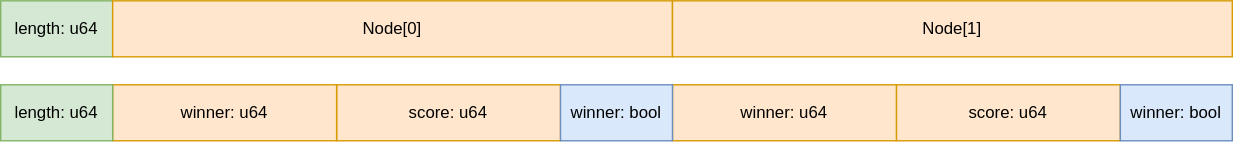
Above: docs/v3/tournaments/brackets/struct-match.svg in MrGunflame/DynamicTournament (draw.io), before the change. Source tidied: cells renumbered, new cells last; positions are measured from the earlier drawing's top-left corner, leaving out a move shared by most shapes.
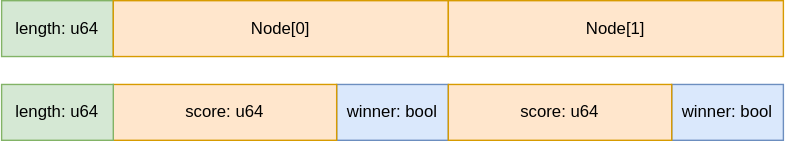
After the change.

The edit, as a diff of the source:
```diff
@@ -2,35 +2,29 @@
   <root>
     <mxCell id="0" />
     <mxCell id="1" parent="0" />
-    <mxCell id="2" value="length: u64" style="rounded=0;whiteSpace=wrap;html=1;fillColor=#d5e8d4;strokeColor=#82b366;" parent="1" vertex="1">
-      <mxGeometry width="80" height="40" as="geometry" />
+    <mxCell id="2" value="winner: bool" style="rounded=0;whiteSpace=wrap;html=1;fillColor=#dae8fc;strokeColor=#6c8ebf;" parent="1" vertex="1">
+      <mxGeometry x="520" y="-340" width="80" height="40" as="geometry" />
     </mxCell>
-    <mxCell id="3" value="Node[0]" style="rounded=0;whiteSpace=wrap;html=1;fillColor=#ffe6cc;strokeColor=#d79b00;" parent="1" vertex="1">
-      <mxGeometry x="80" width="400" height="40" as="geometry" />
+    <mxCell id="3" value="score: u64" style="rounded=0;whiteSpace=wrap;html=1;fillColor=#ffe6cc;strokeColor=#d79b00;" parent="1" vertex="1">
+      <mxGeometry x="360" y="-340" width="160" height="40" as="geometry" />
     </mxCell>
-    <mxCell id="4" value="score: u64" style="rounded=0;whiteSpace=wrap;html=1;fillColor=#ffe6cc;strokeColor=#d79b00;" parent="1" vertex="1">
-      <mxGeometry x="640" y="60" width="160" height="40" as="geometry" />
+    <mxCell id="4" value="length: u64" style="rounded=0;whiteSpace=wrap;html=1;fillColor=#d5e8d4;strokeColor=#82b366;" parent="1" vertex="1">
+      <mxGeometry x="280" y="-340" width="80" height="40" as="geometry" />
     </mxCell>
-    <mxCell id="5" value="winner: bool" style="rounded=0;whiteSpace=wrap;html=1;fillColor=#dae8fc;strokeColor=#6c8ebf;" parent="1" vertex="1">
-      <mxGeometry x="800" y="60" width="80" height="40" as="geometry" />
+    <mxCell id="5" value="length: u64" style="rounded=0;whiteSpace=wrap;html=1;fillColor=#d5e8d4;strokeColor=#82b366;" parent="1" vertex="1">
+      <mxGeometry x="280" y="-400" width="80" height="40" as="geometry" />
     </mxCell>
-    <mxCell id="6" value="winner: u64" style="rounded=0;whiteSpace=wrap;html=1;fillColor=#ffe6cc;strokeColor=#d79b00;" parent="1" vertex="1">
-      <mxGeometry x="480" y="60" width="160" height="40" as="geometry" />
+    <mxCell id="6" value="Node[0]" style="rounded=0;whiteSpace=wrap;html=1;fillColor=#ffe6cc;strokeColor=#d79b00;" parent="1" vertex="1">
+      <mxGeometry x="360" y="-400" width="240" height="40" as="geometry" />
     </mxCell>
-    <mxCell id="7" value="score: u64" style="rounded=0;whiteSpace=wrap;html=1;fillColor=#ffe6cc;strokeColor=#d79b00;" parent="1" vertex="1">
-      <mxGeometry x="240" y="60" width="160" height="40" as="geometry" />
+    <mxCell id="7" value="Node[1]" style="rounded=0;whiteSpace=wrap;html=1;fillColor=#ffe6cc;strokeColor=#d79b00;" parent="1" vertex="1">
+      <mxGeometry x="600" y="-400" width="240" height="40" as="geometry" />
     </mxCell>
     <mxCell id="8" value="winner: bool" style="rounded=0;whiteSpace=wrap;html=1;fillColor=#dae8fc;strokeColor=#6c8ebf;" parent="1" vertex="1">
-      <mxGeometry x="400" y="60" width="80" height="40" as="geometry" />
+      <mxGeometry x="760" y="-340" width="80" height="40" as="geometry" />
     </mxCell>
-    <mxCell id="9" value="winner: u64" style="rounded=0;whiteSpace=wrap;html=1;fillColor=#ffe6cc;strokeColor=#d79b00;" parent="1" vertex="1">
-      <mxGeometry x="80" y="60" width="160" height="40" as="geometry" />
+    <mxCell id="9" value="score: u64" style="rounded=0;whiteSpace=wrap;html=1;fillColor=#ffe6cc;strokeColor=#d79b00;" parent="1" vertex="1">
+      <mxGeometry x="600" y="-340" width="160" height="40" as="geometry" />
     </mxCell>
-    <mxCell id="10" value="Node[1]" style="rounded=0;whiteSpace=wrap;html=1;fillColor=#ffe6cc;strokeColor=#d79b00;" parent="1" vertex="1">
-      <mxGeometry x="480" width="400" height="40" as="geometry" />
-    </mxCell>
-    <mxCell id="11" value="length: u64" style="rounded=0;whiteSpace=wrap;html=1;fillColor=#d5e8d4;strokeColor=#82b366;" parent="1" vertex="1">
-      <mxGeometry y="60" width="80" height="40" as="geometry" />
-    </mxCell>
   </root>
 </mxGraphModel>
```
